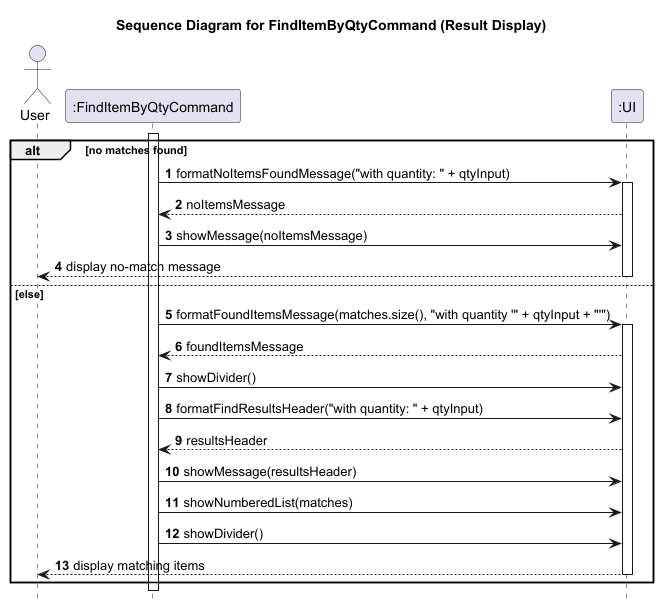
Earlier version of the PlantUML export docs/diagrams/sequence/FindItemByQtyCommandDisplayFlow.png (yueyang1111/tp).
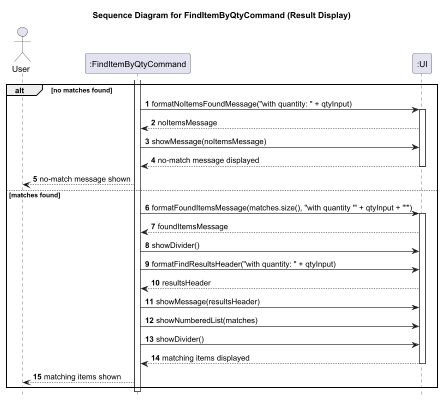
The same file after the commit.

Commit message:
Fix find diagrams

Change to the diagram source:
```diff
@@ -14,9 +14,10 @@
     activate UI
     UI --> FindItemByQtyCommand: noItemsMessage
     FindItemByQtyCommand -> UI: showMessage(noItemsMessage)
-    UI --> User: display no-match message
+    UI --> FindItemByQtyCommand: no-match message displayed
     deactivate UI
-else else
+    FindItemByQtyCommand --> User: no-match message shown
+else matches found
     FindItemByQtyCommand -> UI: formatFoundItemsMessage(matches.size(), "with quantity '" + qtyInput + "'")
     activate UI
     UI --> FindItemByQtyCommand: foundItemsMessage
@@ -26,7 +27,9 @@
     FindItemByQtyCommand -> UI: showMessage(resultsHeader)
     FindItemByQtyCommand -> UI: showNumberedList(matches)
     FindItemByQtyCommand -> UI: showDivider()
-    UI --> User: display matching items
+    UI --> FindItemByQtyCommand: matching items displayed
     deactivate UI
+    FindItemByQtyCommand --> User: matching items shown
 end
+deactivate FindItemByQtyCommand
 @enduml
```
